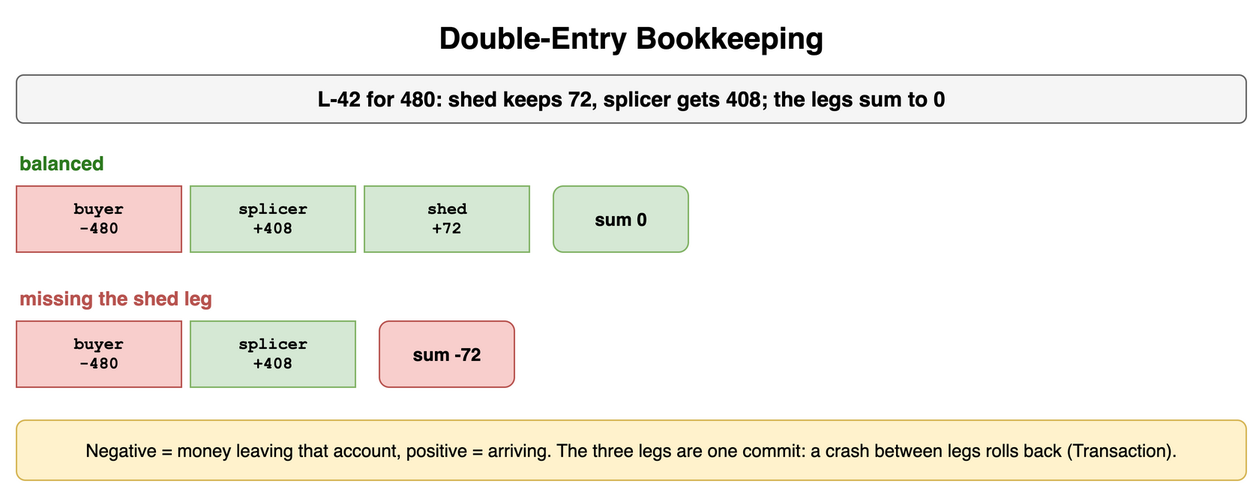
The draw.io diagram content/09_System_Design_Interview/23_Payment_and_Financial_Systems/diagrams/payments-3-double-entry-bookkeeping.png in amendez13/swe-study-guide, before a commit. Source tidied: cells renumbered, new cells last; positions are measured from the earlier drawing's top-left corner, leaving out a move shared by most shapes. Source of this version:
```xml
<mxGraphModel>
  <root>
    <mxCell id="0" />
    <mxCell id="1" parent="0" />
    <mxCell id="2" value="Double-Entry Bookkeeping" style="text;html=1;align=center;verticalAlign=middle;whiteSpace=wrap;fontSize=20;fontStyle=1;" parent="1" vertex="1">
      <mxGeometry width="820" height="30" as="geometry" />
    </mxCell>
    <mxCell id="3" value="L-42 for 480: shed keeps 72, splicer gets 408; the legs sum to 0" style="rounded=1;whiteSpace=wrap;html=1;fillColor=#f5f5f5;strokeColor=#666666;fontStyle=1;fontSize=14;" parent="1" vertex="1">
      <mxGeometry y="40" width="820" height="32" as="geometry" />
    </mxCell>
    <mxCell id="4" value="balanced" style="text;html=1;whiteSpace=wrap;fontSize=11;align=left;verticalAlign=middle;fontSize=13;fontColor=#2d7a1f;fontStyle=1;" parent="1" vertex="1">
      <mxGeometry y="90" width="300" height="18" as="geometry" />
    </mxCell>
    <mxCell id="5" value="buyer&lt;br&gt;-480" style="rounded=0;whiteSpace=wrap;html=1;fontFamily=Courier New;fontStyle=1;fontSize=13;fillColor=#f8cecc;strokeColor=#b85450;fontSize=11;" parent="1" vertex="1">
      <mxGeometry y="114" width="110" height="44" as="geometry" />
    </mxCell>
    <mxCell id="6" value="splicer&lt;br&gt;+408" style="rounded=0;whiteSpace=wrap;html=1;fontFamily=Courier New;fontStyle=1;fontSize=13;fillColor=#d5e8d4;strokeColor=#82b366;fontSize=11;" parent="1" vertex="1">
      <mxGeometry x="116" y="114" width="110" height="44" as="geometry" />
    </mxCell>
    <mxCell id="7" value="shed&lt;br&gt;+72" style="rounded=0;whiteSpace=wrap;html=1;fontFamily=Courier New;fontStyle=1;fontSize=13;fillColor=#d5e8d4;strokeColor=#82b366;fontSize=11;" parent="1" vertex="1">
      <mxGeometry x="232" y="114" width="110" height="44" as="geometry" />
    </mxCell>
    <mxCell id="8" value="sum 0" style="rounded=1;whiteSpace=wrap;html=1;fillColor=#d5e8d4;strokeColor=#82b366;fontSize=12;align=center;fontStyle=1;" parent="1" vertex="1">
      <mxGeometry x="358" y="114" width="90" height="44" as="geometry" />
    </mxCell>
    <mxCell id="9" value="missing the shed leg" style="text;html=1;whiteSpace=wrap;fontSize=11;align=left;verticalAlign=middle;fontSize=13;fontColor=#b85450;fontStyle=1;" parent="1" vertex="1">
      <mxGeometry y="180" width="300" height="18" as="geometry" />
    </mxCell>
    <mxCell id="10" value="buyer&lt;br&gt;-480" style="rounded=0;whiteSpace=wrap;html=1;fontFamily=Courier New;fontStyle=1;fontSize=13;fillColor=#f8cecc;strokeColor=#b85450;fontSize=11;" parent="1" vertex="1">
      <mxGeometry y="204" width="110" height="44" as="geometry" />
    </mxCell>
    <mxCell id="11" value="splicer&lt;br&gt;+408" style="rounded=0;whiteSpace=wrap;html=1;fontFamily=Courier New;fontStyle=1;fontSize=13;fillColor=#d5e8d4;strokeColor=#82b366;fontSize=11;" parent="1" vertex="1">
      <mxGeometry x="116" y="204" width="110" height="44" as="geometry" />
    </mxCell>
    <mxCell id="12" value="sum -72" style="rounded=1;whiteSpace=wrap;html=1;fillColor=#f8cecc;strokeColor=#b85450;fontSize=12;align=center;fontStyle=1;" parent="1" vertex="1">
      <mxGeometry x="242" y="204" width="90" height="44" as="geometry" />
    </mxCell>
    <mxCell id="13" value="Negative = money leaving that account, positive = arriving. The three legs are one commit: a crash between legs rolls back (Transaction)." style="rounded=1;whiteSpace=wrap;html=1;fillColor=#fff2cc;strokeColor=#d6b656;fontSize=12;align=center;" parent="1" vertex="1">
      <mxGeometry y="270" width="820" height="40" as="geometry" />
    </mxCell>
  </root>
</mxGraphModel>
```
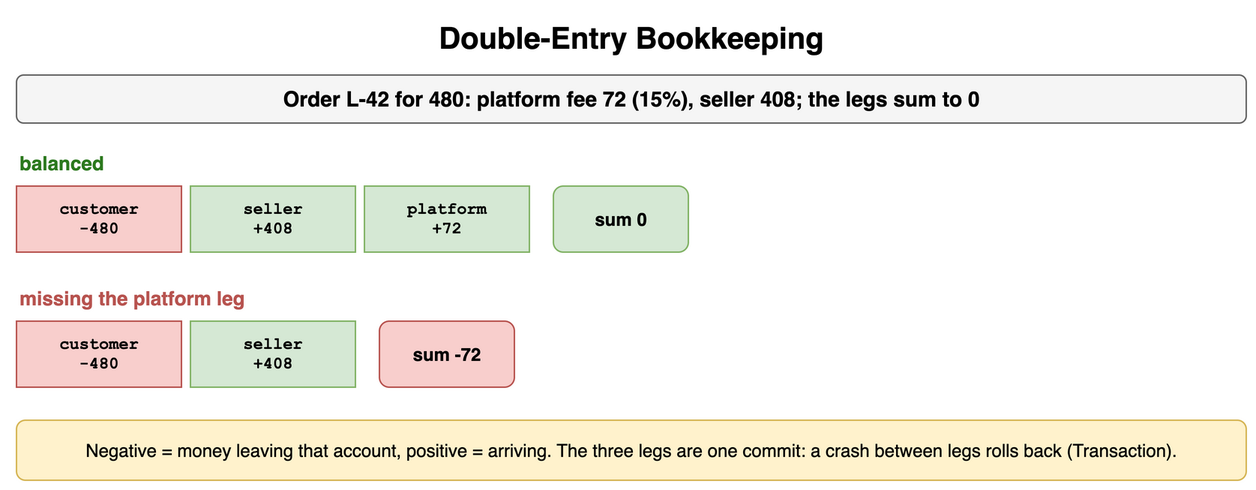
The same diagram one commit later.

Change to the diagram source:
```diff
@@ -5,31 +5,31 @@
     <mxCell id="2" value="Double-Entry Bookkeeping" style="text;html=1;align=center;verticalAlign=middle;whiteSpace=wrap;fontSize=20;fontStyle=1;" parent="1" vertex="1">
       <mxGeometry width="820" height="30" as="geometry" />
     </mxCell>
-    <mxCell id="3" value="L-42 for 480: shed keeps 72, splicer gets 408; the legs sum to 0" style="rounded=1;whiteSpace=wrap;html=1;fillColor=#f5f5f5;strokeColor=#666666;fontStyle=1;fontSize=14;" parent="1" vertex="1">
+    <mxCell id="3" value="Order L-42 for 480: platform fee 72 (15%), seller 408; the legs sum to 0" style="rounded=1;whiteSpace=wrap;html=1;fillColor=#f5f5f5;strokeColor=#666666;fontStyle=1;fontSize=14;" parent="1" vertex="1">
       <mxGeometry y="40" width="820" height="32" as="geometry" />
     </mxCell>
     <mxCell id="4" value="balanced" style="text;html=1;whiteSpace=wrap;fontSize=11;align=left;verticalAlign=middle;fontSize=13;fontColor=#2d7a1f;fontStyle=1;" parent="1" vertex="1">
       <mxGeometry y="90" width="300" height="18" as="geometry" />
     </mxCell>
-    <mxCell id="5" value="buyer&lt;br&gt;-480" style="rounded=0;whiteSpace=wrap;html=1;fontFamily=Courier New;fontStyle=1;fontSize=13;fillColor=#f8cecc;strokeColor=#b85450;fontSize=11;" parent="1" vertex="1">
+    <mxCell id="5" value="customer&lt;br&gt;-480" style="rounded=0;whiteSpace=wrap;html=1;fontFamily=Courier New;fontStyle=1;fontSize=13;fillColor=#f8cecc;strokeColor=#b85450;fontSize=11;" parent="1" vertex="1">
       <mxGeometry y="114" width="110" height="44" as="geometry" />
     </mxCell>
-    <mxCell id="6" value="splicer&lt;br&gt;+408" style="rounded=0;whiteSpace=wrap;html=1;fontFamily=Courier New;fontStyle=1;fontSize=13;fillColor=#d5e8d4;strokeColor=#82b366;fontSize=11;" parent="1" vertex="1">
+    <mxCell id="6" value="seller&lt;br&gt;+408" style="rounded=0;whiteSpace=wrap;html=1;fontFamily=Courier New;fontStyle=1;fontSize=13;fillColor=#d5e8d4;strokeColor=#82b366;fontSize=11;" parent="1" vertex="1">
       <mxGeometry x="116" y="114" width="110" height="44" as="geometry" />
     </mxCell>
-    <mxCell id="7" value="shed&lt;br&gt;+72" style="rounded=0;whiteSpace=wrap;html=1;fontFamily=Courier New;fontStyle=1;fontSize=13;fillColor=#d5e8d4;strokeColor=#82b366;fontSize=11;" parent="1" vertex="1">
+    <mxCell id="7" value="platform&lt;br&gt;+72" style="rounded=0;whiteSpace=wrap;html=1;fontFamily=Courier New;fontStyle=1;fontSize=13;fillColor=#d5e8d4;strokeColor=#82b366;fontSize=11;" parent="1" vertex="1">
       <mxGeometry x="232" y="114" width="110" height="44" as="geometry" />
     </mxCell>
     <mxCell id="8" value="sum 0" style="rounded=1;whiteSpace=wrap;html=1;fillColor=#d5e8d4;strokeColor=#82b366;fontSize=12;align=center;fontStyle=1;" parent="1" vertex="1">
       <mxGeometry x="358" y="114" width="90" height="44" as="geometry" />
     </mxCell>
-    <mxCell id="9" value="missing the shed leg" style="text;html=1;whiteSpace=wrap;fontSize=11;align=left;verticalAlign=middle;fontSize=13;fontColor=#b85450;fontStyle=1;" parent="1" vertex="1">
+    <mxCell id="9" value="missing the platform leg" style="text;html=1;whiteSpace=wrap;fontSize=11;align=left;verticalAlign=middle;fontSize=13;fontColor=#b85450;fontStyle=1;" parent="1" vertex="1">
       <mxGeometry y="180" width="300" height="18" as="geometry" />
     </mxCell>
-    <mxCell id="10" value="buyer&lt;br&gt;-480" style="rounded=0;whiteSpace=wrap;html=1;fontFamily=Courier New;fontStyle=1;fontSize=13;fillColor=#f8cecc;strokeColor=#b85450;fontSize=11;" parent="1" vertex="1">
+    <mxCell id="10" value="customer&lt;br&gt;-480" style="rounded=0;whiteSpace=wrap;html=1;fontFamily=Courier New;fontStyle=1;fontSize=13;fillColor=#f8cecc;strokeColor=#b85450;fontSize=11;" parent="1" vertex="1">
       <mxGeometry y="204" width="110" height="44" as="geometry" />
     </mxCell>
-    <mxCell id="11" value="splicer&lt;br&gt;+408" style="rounded=0;whiteSpace=wrap;html=1;fontFamily=Courier New;fontStyle=1;fontSize=13;fillColor=#d5e8d4;strokeColor=#82b366;fontSize=11;" parent="1" vertex="1">
+    <mxCell id="11" value="seller&lt;br&gt;+408" style="rounded=0;whiteSpace=wrap;html=1;fontFamily=Courier New;fontStyle=1;fontSize=13;fillColor=#d5e8d4;strokeColor=#82b366;fontSize=11;" parent="1" vertex="1">
       <mxGeometry x="116" y="204" width="110" height="44" as="geometry" />
     </mxCell>
     <mxCell id="12" value="sum -72" style="rounded=1;whiteSpace=wrap;html=1;fillColor=#f8cecc;strokeColor=#b85450;fontSize=12;align=center;fontStyle=1;" parent="1" vertex="1">
```
